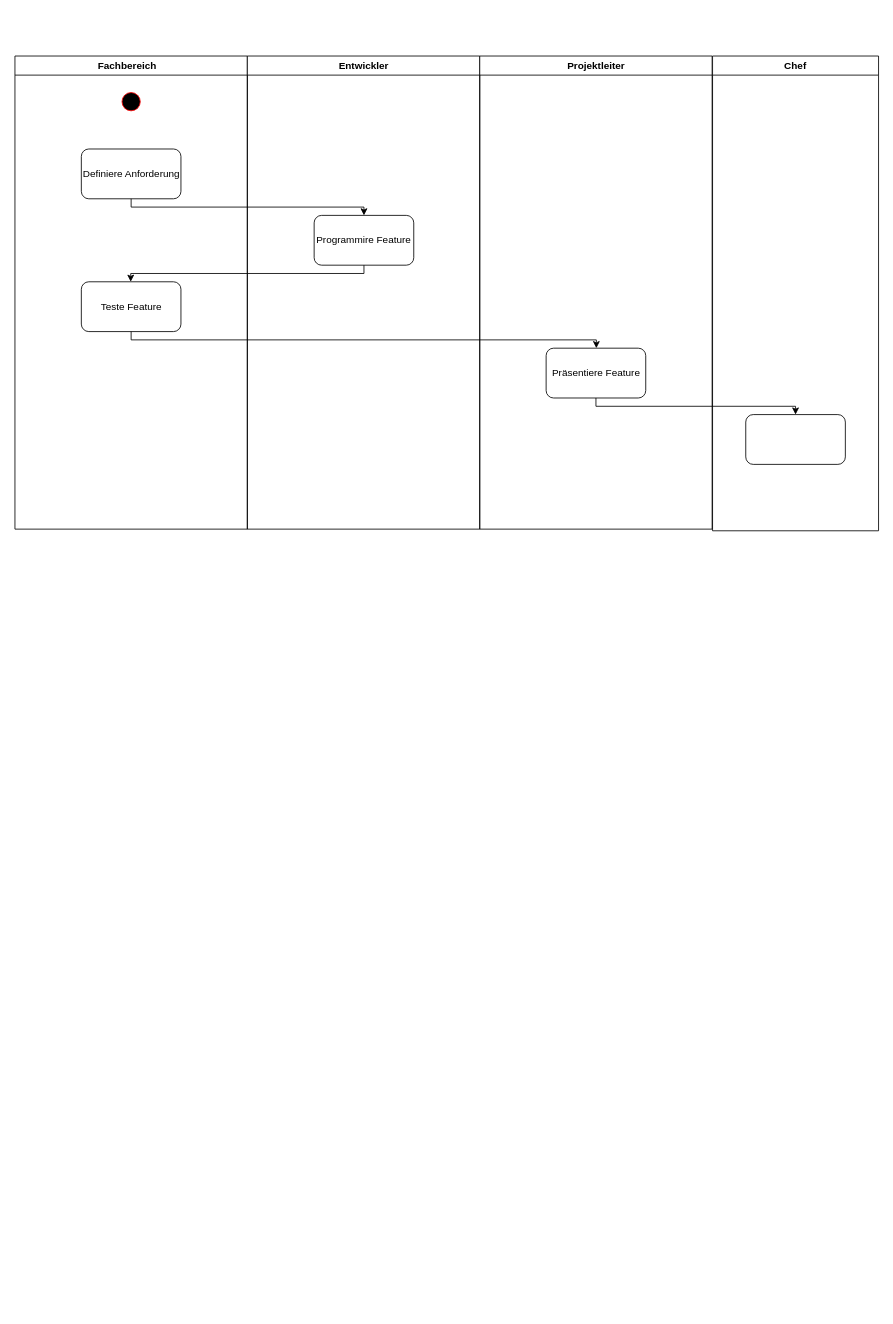
The draw.io diagram AktivitätsDiagramm.drawio in PythonPokemon/Draw.io, before the edit. Source tidied: cells renumbered, new cells numbered last; positions are measured from the earlier drawing's top-left corner, leaving out a move shared by most shapes. Both pictures are drawn from the tidied source at 83%, with x=0, y=0 at pixel (14, 56).
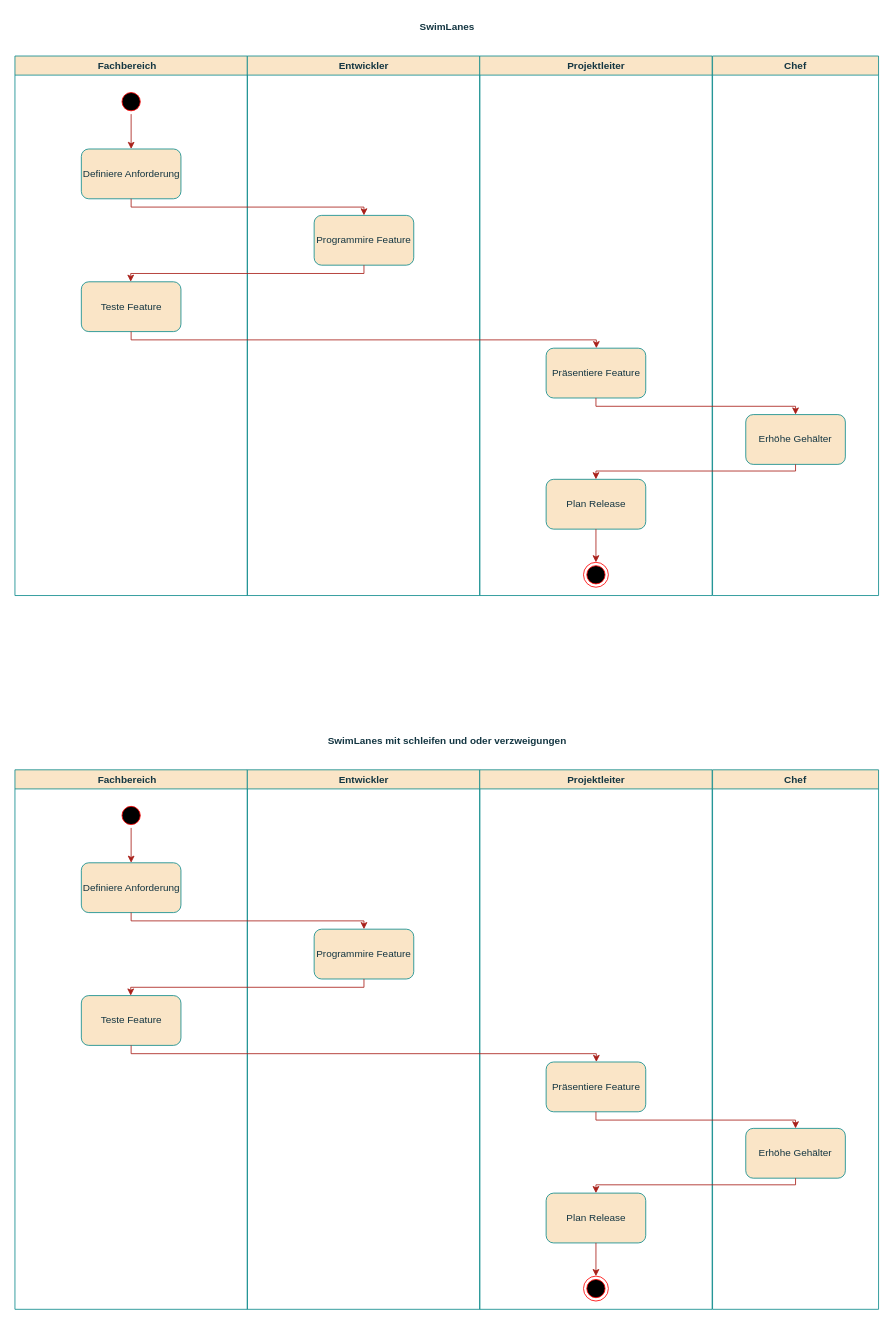
After the change.

Change to the diagram source:
```diff
@@
-    <mxCell id="2" value="Fachbereich   " style="swimlane;whiteSpace=wrap;" parent="1" vertex="1">
-      <mxGeometry x="0.5" width="280" height="570" as="geometry" />
+    <mxCell id="2" value="Fachbereich   " style="swimlane;whiteSpace=wrap;labelBackgroundColor=none;fillColor=#FAE5C7;strokeColor=#0F8B8D;fontColor=#143642;" parent="1" vertex="1">
+      <mxGeometry x="0.5" width="280" height="650" as="geometry" />
     </mxCell>
-    <mxCell id="3" style="ellipse;shape=startState;fillColor=#000000;strokeColor=#ff0000;" parent="2" vertex="1">
-      <mxGeometry x="125" y="40" width="30" height="30" as="geometry" />
-    </mxCell>
-    <mxCell id="4" value="Definiere Anforderung" style="rounded=1;whiteSpace=wrap;html=1;" parent="2" vertex="1">
+    <mxCell id="4" value="Definiere Anforderung" style="rounded=1;whiteSpace=wrap;html=1;labelBackgroundColor=none;fillColor=#FAE5C7;strokeColor=#0F8B8D;fontColor=#143642;" parent="2" vertex="1">
       <mxGeometry x="80" y="112" width="120" height="60" as="geometry" />
     </mxCell>
-    <mxCell id="5" value="Teste Feature" style="rounded=1;whiteSpace=wrap;html=1;" parent="2" vertex="1">
+    <mxCell id="5" value="Teste Feature" style="rounded=1;whiteSpace=wrap;html=1;labelBackgroundColor=none;fillColor=#FAE5C7;strokeColor=#0F8B8D;fontColor=#143642;" parent="2" vertex="1">
       <mxGeometry x="80" y="272" width="120" height="60" as="geometry" />
     </mxCell>
+    <mxCell id="16" style="edgeStyle=orthogonalEdgeStyle;rounded=0;jettySize=auto;html=1;strokeColor=#A8201A;fontColor=#143642;fillColor=#FAE5C7;" parent="2" edge="1" source="17" target="4">
+      <mxGeometry relative="1" as="geometry" />
+    </mxCell>
+    <mxCell id="17" style="ellipse;html=1;shape=startState;fillColor=#000000;strokeColor=#ff0000;fontColor=#143642;" parent="2" vertex="1">
+      <mxGeometry x="125" y="40" width="30" height="30" as="geometry" />
+    </mxCell>
-    <mxCell id="6" value="Entwickler" style="swimlane;whiteSpace=wrap;" parent="1" vertex="1">
-      <mxGeometry x="280.5" width="280" height="570" as="geometry" />
+    <mxCell id="6" value="Entwickler" style="swimlane;whiteSpace=wrap;labelBackgroundColor=none;fillColor=#FAE5C7;strokeColor=#0F8B8D;fontColor=#143642;" parent="1" vertex="1">
+      <mxGeometry x="280.5" width="280" height="650" as="geometry" />
     </mxCell>
-    <mxCell id="7" value="Programmire Feature" style="rounded=1;whiteSpace=wrap;html=1;" parent="6" vertex="1">
+    <mxCell id="7" value="Programmire Feature" style="rounded=1;whiteSpace=wrap;html=1;labelBackgroundColor=none;fillColor=#FAE5C7;strokeColor=#0F8B8D;fontColor=#143642;" parent="6" vertex="1">
       <mxGeometry x="80.5" y="192" width="120" height="60" as="geometry" />
     </mxCell>
-    <mxCell id="8" value="Projektleiter" style="swimlane;whiteSpace=wrap;startSize=23;" parent="1" vertex="1">
-      <mxGeometry x="560.5" width="280" height="570" as="geometry" />
+    <mxCell id="8" value="Projektleiter" style="swimlane;whiteSpace=wrap;startSize=23;labelBackgroundColor=none;fillColor=#FAE5C7;strokeColor=#0F8B8D;fontColor=#143642;" parent="1" vertex="1">
+      <mxGeometry x="560.5" width="280" height="650" as="geometry" />
     </mxCell>
-    <mxCell id="9" value="Präsentiere Feature" style="rounded=1;whiteSpace=wrap;html=1;" parent="8" vertex="1">
+    <mxCell id="9" value="Präsentiere Feature" style="rounded=1;whiteSpace=wrap;html=1;labelBackgroundColor=none;fillColor=#FAE5C7;strokeColor=#0F8B8D;fontColor=#143642;" parent="8" vertex="1">
       <mxGeometry x="80" y="352" width="120" height="60" as="geometry" />
     </mxCell>
+    <mxCell id="18" value="Plan Release" style="rounded=1;whiteSpace=wrap;html=1;strokeColor=#0F8B8D;fontColor=#143642;fillColor=#FAE5C7;" parent="8" vertex="1">
+      <mxGeometry x="80" y="510" width="120" height="60" as="geometry" />
+    </mxCell>
-    <mxCell id="10" value="Chef" style="swimlane;whiteSpace=wrap;html=1;" parent="1" vertex="1">
-      <mxGeometry x="841" width="200" height="572" as="geometry" />
+    <mxCell id="10" value="Chef" style="swimlane;whiteSpace=wrap;html=1;labelBackgroundColor=none;fillColor=#FAE5C7;strokeColor=#0F8B8D;fontColor=#143642;" parent="1" vertex="1">
+      <mxGeometry x="841" width="200" height="650" as="geometry" />
     </mxCell>
-    <mxCell id="11" style="rounded=1;whiteSpace=wrap;html=1;" parent="10" vertex="1">
+    <mxCell id="11" value="Erhöhe Gehälter" style="rounded=1;whiteSpace=wrap;html=1;labelBackgroundColor=none;fillColor=#FAE5C7;strokeColor=#0F8B8D;fontColor=#143642;" parent="10" vertex="1">
       <mxGeometry x="40" y="432" width="120" height="60" as="geometry" />
     </mxCell>
-    <mxCell id="12" style="edgeStyle=orthogonalEdgeStyle;rounded=0;jettySize=auto;html=1;" parent="1" edge="1" source="4" target="7">
+    <mxCell id="12" style="edgeStyle=orthogonalEdgeStyle;rounded=0;jettySize=auto;html=1;labelBackgroundColor=none;strokeColor=#A8201A;fontColor=default;" parent="1" edge="1" source="4" target="7">
       <mxGeometry relative="1" as="geometry">
         <Array as="points">
           <mxPoint x="140" y="182" />
           <mxPoint x="421" y="182" />
         </Array>
       </mxGeometry>
     </mxCell>
-    <mxCell id="13" style="edgeStyle=orthogonalEdgeStyle;rounded=0;jettySize=auto;html=1;" parent="1" edge="1" source="7" target="5">
+    <mxCell id="13" style="edgeStyle=orthogonalEdgeStyle;rounded=0;jettySize=auto;html=1;labelBackgroundColor=none;strokeColor=#A8201A;fontColor=default;" parent="1" edge="1" source="7" target="5">
       <mxGeometry relative="1" as="geometry">
         <Array as="points">
           <mxPoint x="421" y="262" />
           <mxPoint x="140" y="262" />
         </Array>
       </mxGeometry>
     </mxCell>
-    <mxCell id="14" style="edgeStyle=orthogonalEdgeStyle;rounded=0;jettySize=auto;html=1;" parent="1" edge="1" source="5" target="9">
+    <mxCell id="14" style="edgeStyle=orthogonalEdgeStyle;rounded=0;jettySize=auto;html=1;labelBackgroundColor=none;strokeColor=#A8201A;fontColor=default;" parent="1" edge="1" source="5" target="9">
       <mxGeometry relative="1" as="geometry">
         <Array as="points">
           <mxPoint x="140" y="342" />
           <mxPoint x="701" y="342" />
         </Array>
       </mxGeometry>
     </mxCell>
-    <mxCell id="15" style="edgeStyle=orthogonalEdgeStyle;rounded=0;jettySize=auto;html=1;" parent="1" edge="1" source="9" target="11">
+    <mxCell id="15" style="edgeStyle=orthogonalEdgeStyle;rounded=0;jettySize=auto;html=1;labelBackgroundColor=none;strokeColor=#A8201A;fontColor=default;" parent="1" edge="1" source="9" target="11">
       <mxGeometry relative="1" as="geometry">
         <Array as="points">
           <mxPoint x="701" y="422" />
           <mxPoint x="941" y="422" />
         </Array>
       </mxGeometry>
     </mxCell>
+    <mxCell id="19" style="edgeStyle=orthogonalEdgeStyle;rounded=0;jettySize=auto;html=1;entryX=0.5;entryY=0;entryDx=0;entryDy=0;strokeColor=#A8201A;fontColor=#143642;fillColor=#FAE5C7;" parent="1" edge="1" source="11" target="18">
+      <mxGeometry relative="1" as="geometry">
+        <Array as="points">
+          <mxPoint x="940.5" y="500" />
+          <mxPoint x="700.5" y="500" />
+        </Array>
+      </mxGeometry>
+    </mxCell>
+    <mxCell id="20" style="ellipse;html=1;shape=endState;fillColor=#000000;strokeColor=#ff0000;fontColor=#143642;" parent="1" vertex="1">
+      <mxGeometry x="685.5" y="610" width="30" height="30" as="geometry" />
+    </mxCell>
+    <mxCell id="21" style="edgeStyle=orthogonalEdgeStyle;rounded=0;jettySize=auto;html=1;strokeColor=#A8201A;fontColor=#143642;fillColor=#FAE5C7;" parent="1" edge="1" source="18" target="20">
+      <mxGeometry relative="1" as="geometry" />
+    </mxCell>
+    <mxCell id="22" value="&lt;b&gt;SwimLanes&lt;/b&gt;" style="text;html=1;align=center;verticalAlign=middle;strokeColor=none;fillColor=none;fontColor=#143642;" parent="1" vertex="1">
+      <mxGeometry x="475.5" y="-50" width="90" height="30" as="geometry" />
+    </mxCell>
+    <mxCell id="23" value="Fachbereich   " style="swimlane;whiteSpace=wrap;labelBackgroundColor=none;fillColor=#FAE5C7;strokeColor=#0F8B8D;fontColor=#143642;" parent="1" vertex="1">
+      <mxGeometry x="0.5" y="860" width="280" height="650" as="geometry" />
+    </mxCell>
+    <mxCell id="24" value="Definiere Anforderung" style="rounded=1;whiteSpace=wrap;html=1;labelBackgroundColor=none;fillColor=#FAE5C7;strokeColor=#0F8B8D;fontColor=#143642;" parent="23" vertex="1">
+      <mxGeometry x="80" y="112" width="120" height="60" as="geometry" />
+    </mxCell>
+    <mxCell id="25" value="Teste Feature" style="rounded=1;whiteSpace=wrap;html=1;labelBackgroundColor=none;fillColor=#FAE5C7;strokeColor=#0F8B8D;fontColor=#143642;" parent="23" vertex="1">
+      <mxGeometry x="80" y="272" width="120" height="60" as="geometry" />
+    </mxCell>
+    <mxCell id="26" style="edgeStyle=orthogonalEdgeStyle;rounded=0;jettySize=auto;html=1;strokeColor=#A8201A;fontColor=#143642;fillColor=#FAE5C7;" parent="23" edge="1" source="27" target="24">
+      <mxGeometry relative="1" as="geometry" />
+    </mxCell>
+    <mxCell id="27" style="ellipse;html=1;shape=startState;fillColor=#000000;strokeColor=#ff0000;fontColor=#143642;" parent="23" vertex="1">
+      <mxGeometry x="125" y="40" width="30" height="30" as="geometry" />
+    </mxCell>
+    <mxCell id="28" value="Entwickler" style="swimlane;whiteSpace=wrap;labelBackgroundColor=none;fillColor=#FAE5C7;strokeColor=#0F8B8D;fontColor=#143642;" parent="1" vertex="1">
+      <mxGeometry x="280.5" y="860" width="280" height="650" as="geometry" />
+    </mxCell>
+    <mxCell id="29" value="Programmire Feature" style="rounded=1;whiteSpace=wrap;html=1;labelBackgroundColor=none;fillColor=#FAE5C7;strokeColor=#0F8B8D;fontColor=#143642;" parent="28" vertex="1">
+      <mxGeometry x="80.5" y="192" width="120" height="60" as="geometry" />
+    </mxCell>
+    <mxCell id="30" value="Projektleiter" style="swimlane;whiteSpace=wrap;startSize=23;labelBackgroundColor=none;fillColor=#FAE5C7;strokeColor=#0F8B8D;fontColor=#143642;" parent="1" vertex="1">
+      <mxGeometry x="560.5" y="860" width="280" height="650" as="geometry" />
+    </mxCell>
+    <mxCell id="31" value="Präsentiere Feature" style="rounded=1;whiteSpace=wrap;html=1;labelBackgroundColor=none;fillColor=#FAE5C7;strokeColor=#0F8B8D;fontColor=#143642;" parent="30" vertex="1">
+      <mxGeometry x="80" y="352" width="120" height="60" as="geometry" />
+    </mxCell>
+    <mxCell id="32" value="Plan Release" style="rounded=1;whiteSpace=wrap;html=1;strokeColor=#0F8B8D;fontColor=#143642;fillColor=#FAE5C7;" parent="30" vertex="1">
+      <mxGeometry x="80" y="510" width="120" height="60" as="geometry" />
+    </mxCell>
+    <mxCell id="33" value="Chef" style="swimlane;whiteSpace=wrap;html=1;labelBackgroundColor=none;fillColor=#FAE5C7;strokeColor=#0F8B8D;fontColor=#143642;" parent="1" vertex="1">
+      <mxGeometry x="841" y="860" width="200" height="650" as="geometry" />
+    </mxCell>
+    <mxCell id="34" value="Erhöhe Gehälter" style="rounded=1;whiteSpace=wrap;html=1;labelBackgroundColor=none;fillColor=#FAE5C7;strokeColor=#0F8B8D;fontColor=#143642;" parent="33" vertex="1">
+      <mxGeometry x="40" y="432" width="120" height="60" as="geometry" />
+    </mxCell>
+    <mxCell id="35" style="edgeStyle=orthogonalEdgeStyle;rounded=0;jettySize=auto;html=1;labelBackgroundColor=none;strokeColor=#A8201A;fontColor=default;" parent="1" edge="1" source="24" target="29">
+      <mxGeometry relative="1" as="geometry">
+        <Array as="points">
+          <mxPoint x="140" y="1042" />
+          <mxPoint x="421" y="1042" />
+        </Array>
+      </mxGeometry>
+    </mxCell>
+    <mxCell id="36" style="edgeStyle=orthogonalEdgeStyle;rounded=0;jettySize=auto;html=1;labelBackgroundColor=none;strokeColor=#A8201A;fontColor=default;" parent="1" edge="1" source="29" target="25">
+      <mxGeometry relative="1" as="geometry">
+        <Array as="points">
+          <mxPoint x="421" y="1122" />
+          <mxPoint x="140" y="1122" />
+        </Array>
+      </mxGeometry>
+    </mxCell>
+    <mxCell id="37" style="edgeStyle=orthogonalEdgeStyle;rounded=0;jettySize=auto;html=1;labelBackgroundColor=none;strokeColor=#A8201A;fontColor=default;" parent="1" edge="1" source="25" target="31">
+      <mxGeometry relative="1" as="geometry">
+        <Array as="points">
+          <mxPoint x="140" y="1202" />
+          <mxPoint x="701" y="1202" />
+        </Array>
+      </mxGeometry>
+    </mxCell>
+    <mxCell id="38" style="edgeStyle=orthogonalEdgeStyle;rounded=0;jettySize=auto;html=1;labelBackgroundColor=none;strokeColor=#A8201A;fontColor=default;" parent="1" edge="1" source="31" target="34">
+      <mxGeometry relative="1" as="geometry">
+        <Array as="points">
+          <mxPoint x="701" y="1282" />
+          <mxPoint x="941" y="1282" />
+        </Array>
+      </mxGeometry>
+    </mxCell>
+    <mxCell id="39" style="edgeStyle=orthogonalEdgeStyle;rounded=0;jettySize=auto;html=1;entryX=0.5;entryY=0;entryDx=0;entryDy=0;strokeColor=#A8201A;fontColor=#143642;fillColor=#FAE5C7;" parent="1" edge="1" source="34" target="32">
+      <mxGeometry relative="1" as="geometry">
+        <Array as="points">
+          <mxPoint x="940.5" y="1360" />
+          <mxPoint x="700.5" y="1360" />
+        </Array>
+      </mxGeometry>
+    </mxCell>
+    <mxCell id="40" style="ellipse;html=1;shape=endState;fillColor=#000000;strokeColor=#ff0000;fontColor=#143642;" parent="1" vertex="1">
+      <mxGeometry x="685.5" y="1470" width="30" height="30" as="geometry" />
+    </mxCell>
+    <mxCell id="41" style="edgeStyle=orthogonalEdgeStyle;rounded=0;jettySize=auto;html=1;strokeColor=#A8201A;fontColor=#143642;fillColor=#FAE5C7;" parent="1" edge="1" source="32" target="40">
+      <mxGeometry relative="1" as="geometry" />
+    </mxCell>
+    <mxCell id="42" value="&lt;b&gt;SwimLanes mit schleifen und oder verzweigungen&lt;/b&gt;" style="text;html=1;align=center;verticalAlign=middle;strokeColor=none;fillColor=none;fontColor=#143642;" parent="1" vertex="1">
+      <mxGeometry x="365.5" y="810" width="310" height="30" as="geometry" />
+    </mxCell>
```
